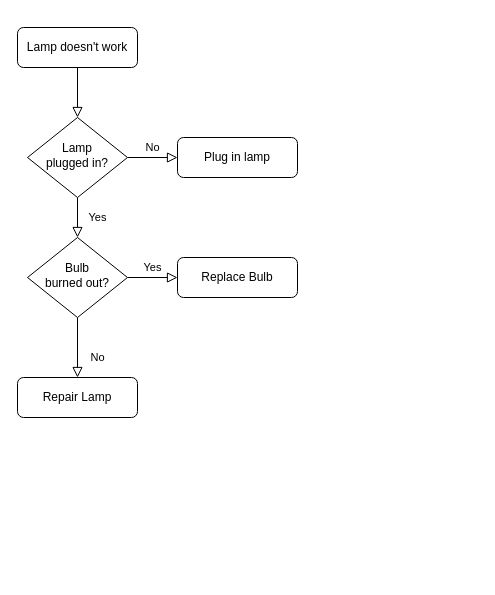
Alexduongnhat/The-Cosial keeps this draw.io diagram as Biểu đồ không có tiêu đề.drawio. Above is the earlier version. Source tidied: cells renumbered, new cells numbered last; positions are measured from the earlier drawing's top-left corner, leaving out a move shared by most shapes. Both pictures are drawn from the tidied source at 100%, with x=0, y=0 at pixel (17, 27).
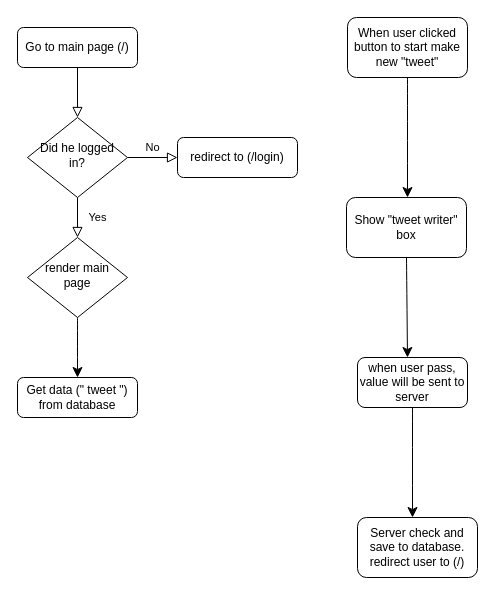
The same diagram, later.

Diff of the diagram source:
```diff
@@
 <mxGraphModel>
   <root>
     <mxCell id="0" />
     <mxCell id="1" parent="0" />
     <mxCell id="2" style="rounded=0;html=1;jettySize=auto;fontSize=11;endArrow=block;endFill=0;endSize=8;strokeWidth=1;shadow=0;labelBackgroundColor=none;edgeStyle=orthogonalEdgeStyle;" parent="1" edge="1" source="3" target="6">
       <mxGeometry relative="1" as="geometry" />
     </mxCell>
-    <mxCell id="3" value="Lamp doesn't work" style="rounded=1;whiteSpace=wrap;html=1;fontSize=12;glass=0;strokeWidth=1;shadow=0;" parent="1" vertex="1">
+    <mxCell id="3" value="Go to main page (/)" style="rounded=1;whiteSpace=wrap;html=1;fontSize=12;glass=0;strokeWidth=1;shadow=0;" parent="1" vertex="1">
       <mxGeometry width="120" height="40" as="geometry" />
     </mxCell>
     <mxCell id="4" value="Yes" style="rounded=0;html=1;jettySize=auto;fontSize=11;endArrow=block;endFill=0;endSize=8;strokeWidth=1;shadow=0;labelBackgroundColor=none;edgeStyle=orthogonalEdgeStyle;" parent="1" edge="1" source="6" target="10">
       <mxGeometry y="20" relative="1" as="geometry" />
     </mxCell>
     <mxCell id="5" value="No" style="edgeStyle=orthogonalEdgeStyle;rounded=0;html=1;jettySize=auto;fontSize=11;endArrow=block;endFill=0;endSize=8;strokeWidth=1;shadow=0;labelBackgroundColor=none;" parent="1" edge="1" source="6" target="7">
       <mxGeometry y="10" relative="1" as="geometry" />
     </mxCell>
-    <mxCell id="6" value="Lamp&lt;br&gt;plugged in?" style="rhombus;whiteSpace=wrap;html=1;shadow=0;fontFamily=Helvetica;fontSize=12;align=center;strokeWidth=1;spacing=6;spacingTop=-4;" parent="1" vertex="1">
+    <mxCell id="6" value="Did he logged in?" style="rhombus;whiteSpace=wrap;html=1;shadow=0;fontFamily=Helvetica;fontSize=12;align=center;strokeWidth=1;spacing=6;spacingTop=-4;" parent="1" vertex="1">
       <mxGeometry x="10" y="90" width="100" height="80" as="geometry" />
     </mxCell>
-    <mxCell id="7" value="Plug in lamp" style="rounded=1;whiteSpace=wrap;html=1;fontSize=12;glass=0;strokeWidth=1;shadow=0;" parent="1" vertex="1">
+    <mxCell id="7" value="redirect to (/login)" style="rounded=1;whiteSpace=wrap;html=1;fontSize=12;glass=0;strokeWidth=1;shadow=0;" parent="1" vertex="1">
       <mxGeometry x="160" y="110" width="120" height="40" as="geometry" />
     </mxCell>
-    <mxCell id="8" value="No" style="rounded=0;html=1;jettySize=auto;fontSize=11;endArrow=block;endFill=0;endSize=8;strokeWidth=1;shadow=0;labelBackgroundColor=none;edgeStyle=orthogonalEdgeStyle;" parent="1" edge="1" source="10" target="11">
-      <mxGeometry x="0.33" y="20" relative="1" as="geometry" />
-    </mxCell>
-    <mxCell id="9" value="Yes" style="edgeStyle=orthogonalEdgeStyle;rounded=0;html=1;jettySize=auto;fontSize=11;endArrow=block;endFill=0;endSize=8;strokeWidth=1;shadow=0;labelBackgroundColor=none;" parent="1" edge="1" source="10" target="12">
-      <mxGeometry y="10" relative="1" as="geometry" />
-    </mxCell>
-    <mxCell id="10" value="Bulb&lt;br&gt;burned out?" style="rhombus;whiteSpace=wrap;html=1;shadow=0;fontFamily=Helvetica;fontSize=12;align=center;strokeWidth=1;spacing=6;spacingTop=-4;" parent="1" vertex="1">
+    <mxCell id="10" value="render main page" style="rhombus;whiteSpace=wrap;html=1;shadow=0;fontFamily=Helvetica;fontSize=12;align=center;strokeWidth=1;spacing=6;spacingTop=-4;" parent="1" vertex="1">
       <mxGeometry x="10" y="210" width="100" height="80" as="geometry" />
     </mxCell>
-    <mxCell id="11" value="Repair Lamp" style="rounded=1;whiteSpace=wrap;html=1;fontSize=12;glass=0;strokeWidth=1;shadow=0;" parent="1" vertex="1">
+    <mxCell id="11" value="Get data (&quot; tweet &quot;) from database" style="rounded=1;whiteSpace=wrap;html=1;fontSize=12;glass=0;strokeWidth=1;shadow=0;" parent="1" vertex="1">
       <mxGeometry y="350" width="120" height="40" as="geometry" />
     </mxCell>
-    <mxCell id="12" value="Replace Bulb" style="rounded=1;whiteSpace=wrap;html=1;fontSize=12;glass=0;strokeWidth=1;shadow=0;" parent="1" vertex="1">
-      <mxGeometry x="160" y="230" width="120" height="40" as="geometry" />
-    </mxCell>
+    <mxCell id="8" style="endArrow=classic;html=1;rounded=0;fontSize=12;startSize=8;endSize=8;curved=1;exitX=0.5;exitY=1;exitDx=0;exitDy=0;entryX=0.5;entryY=0;entryDx=0;entryDy=0;" parent="1" edge="1" source="10" target="11">
+      <mxGeometry relative="1" as="geometry" />
+    </mxCell>
+    <mxCell id="13" value="When user clicked button to start make new &quot;tweet&quot;" style="rounded=1;whiteSpace=wrap;html=1;" parent="1" vertex="1">
+      <mxGeometry x="330" y="-10" width="120" height="60" as="geometry" />
+    </mxCell>
+    <mxCell id="14" style="endArrow=classic;html=1;rounded=0;fontSize=12;startSize=8;endSize=8;curved=1;exitX=0.5;exitY=1;exitDx=0;exitDy=0;" parent="1" edge="1" source="13">
+      <mxGeometry relative="1" as="geometry">
+        <mxPoint x="390" y="170" as="targetPoint" />
+      </mxGeometry>
+    </mxCell>
+    <mxCell id="15" value="Show &quot;tweet writer&quot; box" style="rounded=1;whiteSpace=wrap;html=1;fontFamily=Helvetica;" parent="1" vertex="1">
+      <mxGeometry x="329" y="170" width="120" height="60" as="geometry" />
+    </mxCell>
+    <mxCell id="16" style="endArrow=classic;html=1;rounded=0;fontSize=12;startSize=8;endSize=8;curved=1;exitX=0.5;exitY=1;exitDx=0;exitDy=0;" parent="1" edge="1" source="15">
+      <mxGeometry relative="1" as="geometry">
+        <mxPoint x="390" y="330" as="targetPoint" />
+      </mxGeometry>
+    </mxCell>
+    <mxCell id="17" value="when user pass, value will be sent to server" style="rounded=1;whiteSpace=wrap;html=1;" parent="1" vertex="1">
+      <mxGeometry x="340" y="330" width="110" height="50" as="geometry" />
+    </mxCell>
+    <mxCell id="18" style="endArrow=classic;html=1;rounded=0;fontSize=12;startSize=8;endSize=8;curved=1;exitX=0.5;exitY=1;exitDx=0;exitDy=0;" parent="1" edge="1" source="17">
+      <mxGeometry relative="1" as="geometry">
+        <mxPoint x="395" y="490" as="targetPoint" />
+      </mxGeometry>
+    </mxCell>
+    <mxCell id="19" value="Server check and save to database.&lt;div&gt;redirect user to (/)&lt;/div&gt;" style="rounded=1;whiteSpace=wrap;html=1;" parent="1" vertex="1">
+      <mxGeometry x="340" y="490" width="120" height="60" as="geometry" />
+    </mxCell>
   </root>
 </mxGraphModel>
```
